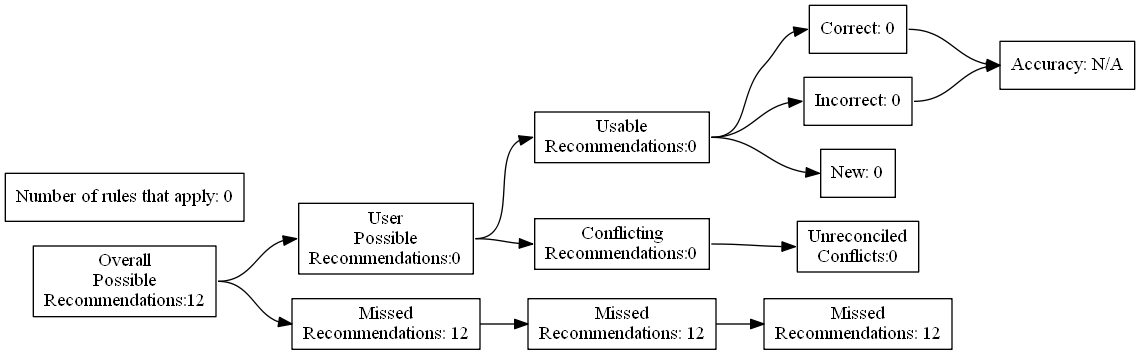
Before: test_renders/23.gv.png, a diagram exported from Graphviz (ZaxR/ibd_diet_analysis). Its source is kept beside it as test_renders/23.gv.
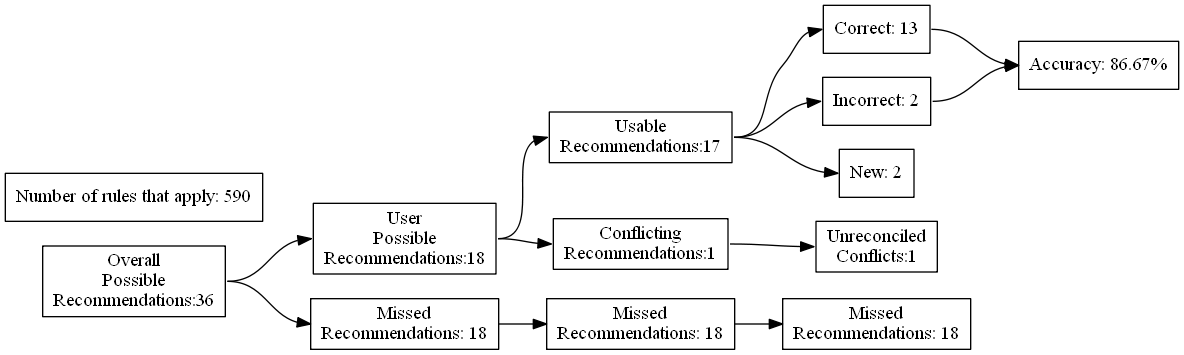
The same file after the commit.

The edit, as a diff of the source:
```diff
@@ -4,27 +4,27 @@
 	edge [headport=w tailport=e]
 		A [label="Overall
 Possible
-Recommendations:12"]
+Recommendations:36"]
 		B [label="User
 Possible
-Recommendations:0"]
+Recommendations:18"]
 		C [label="Missed
-Recommendations: 12"]
+Recommendations: 18"]
 		D [label="Usable
-Recommendations:0"]
+Recommendations:17"]
 		E [label="Conflicting
-Recommendations:0"]
+Recommendations:1"]
 		J [label="Missed
-Recommendations: 12"]
+Recommendations: 18"]
 		M [label="Unreconciled
-Conflicts:0"]
-		F [label="Correct: 0"]
-		G [label="Incorrect: 0"]
-		H [label="New: 0"]
+Conflicts:1"]
+		F [label="Correct: 13"]
+		G [label="Incorrect: 2"]
+		H [label="New: 2"]
 		K [label="Missed
-Recommendations: 12"]
-		I [label="Accuracy: N/A"]
-		l [label="Number of rules that apply: 0"]
+Recommendations: 18"]
+		I [label="Accuracy: 86.67%"]
+		l [label="Number of rules that apply: 590"]
 			A -> B
 			A -> C
 			B -> D
```
